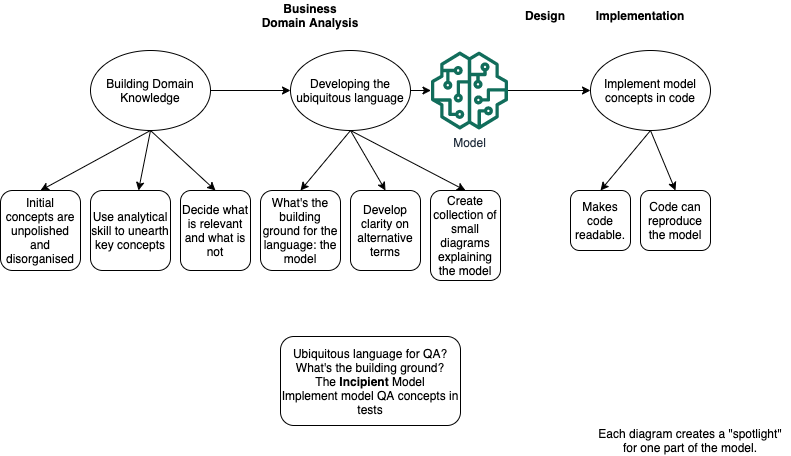
s-gurjit/diagrams keeps this draw.io diagram as domain-driven-design.png. Above is the earlier version. Source tidied: cells renumbered, new cells last; positions are measured from the earlier drawing's top-left corner, leaving out a move shared by most shapes.
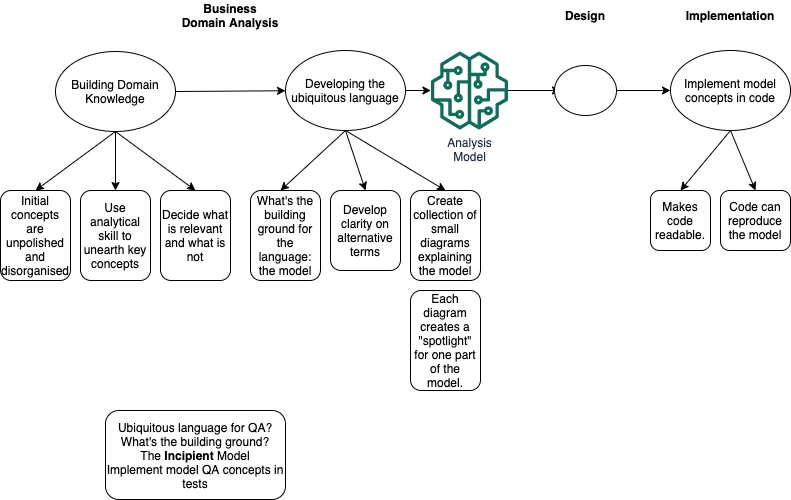
After the change.

Change to the diagram source:
```diff
@@ -9,22 +9,22 @@
       <mxGeometry relative="1" as="geometry" />
     </mxCell>
     <mxCell id="4" value="Building Domain Knowledge" style="ellipse;whiteSpace=wrap;html=1;" parent="1" vertex="1">
-      <mxGeometry x="90" y="50" width="120" height="80" as="geometry" />
+      <mxGeometry x="55" y="51" width="120" height="80" as="geometry" />
     </mxCell>
     <mxCell id="5" value="Initial concepts are unpolished and disorganised" style="rounded=1;whiteSpace=wrap;html=1;" parent="1" vertex="1">
-      <mxGeometry y="190" width="80" height="80" as="geometry" />
+      <mxGeometry y="190" width="70" height="90" as="geometry" />
     </mxCell>
     <mxCell id="6" value="Use analytical skill to unearth key concepts" style="rounded=1;whiteSpace=wrap;html=1;" parent="1" vertex="1">
-      <mxGeometry x="90" y="190" width="80" height="80" as="geometry" />
+      <mxGeometry x="80" y="190" width="70" height="90" as="geometry" />
     </mxCell>
     <mxCell id="7" value="Decide what is relevant and what is not" style="rounded=1;whiteSpace=wrap;html=1;" parent="1" vertex="1">
-      <mxGeometry x="180" y="190" width="70" height="80" as="geometry" />
+      <mxGeometry x="160" y="190" width="70" height="90" as="geometry" />
     </mxCell>
     <mxCell id="8" value="Ubiquitous language for QA?&lt;br&gt;What's the building ground?&lt;br&gt;The &lt;b&gt;Incipient&lt;/b&gt;&amp;nbsp;Model&lt;br&gt;Implement model QA concepts in tests" style="rounded=1;whiteSpace=wrap;html=1;" parent="1" vertex="1">
-      <mxGeometry x="280" y="336" width="180" height="89" as="geometry" />
+      <mxGeometry x="105" y="410" width="180" height="89" as="geometry" />
     </mxCell>
     <mxCell id="9" value="What's the building ground for the language: the model" style="rounded=1;whiteSpace=wrap;html=1;" parent="1" vertex="1">
-      <mxGeometry x="260" y="190" width="80" height="80" as="geometry" />
+      <mxGeometry x="250" y="190" width="70" height="90" as="geometry" />
     </mxCell>
     <mxCell id="10" style="endArrow=classic;html=1;entryX=0.5;entryY=0;entryDx=0;entryDy=0;exitX=0.5;exitY=1;exitDx=0;exitDy=0;" parent="1" edge="1" source="4" target="5">
       <mxGeometry relative="1" as="geometry" />
@@ -32,37 +32,36 @@
     <mxCell id="11" style="rounded=0;jettySize=auto;html=1;entryX=0.5;entryY=0;entryDx=0;entryDy=0;exitX=0.5;exitY=1;exitDx=0;exitDy=0;" parent="1" edge="1" source="4" target="7">
       <mxGeometry relative="1" as="geometry" />
     </mxCell>
-    <mxCell id="12" style="rounded=0;jettySize=auto;html=1;entryX=0.5;entryY=0;entryDx=0;entryDy=0;exitX=0.5;exitY=1;exitDx=0;exitDy=0;" parent="1" edge="1" source="23" target="9">
-      <mxGeometry relative="1" as="geometry" />
+    <mxCell id="12" style="rounded=0;jettySize=auto;html=1;entryX=0.5;entryY=0;entryDx=0;entryDy=0;exitX=0.5;exitY=1;exitDx=0;exitDy=0;" parent="1" edge="1" source="23">
+      <mxGeometry relative="1" as="geometry">
+        <mxPoint x="280" y="190" as="targetPoint" />
+      </mxGeometry>
     </mxCell>
     <mxCell id="13" value="Develop clarity on alternative terms" style="rounded=1;whiteSpace=wrap;html=1;" parent="1" vertex="1">
-      <mxGeometry x="350" y="190" width="70" height="80" as="geometry" />
+      <mxGeometry x="330" y="190" width="70" height="80" as="geometry" />
     </mxCell>
     <mxCell id="14" style="endArrow=classic;html=1;entryX=0.5;entryY=0;entryDx=0;entryDy=0;exitX=0.5;exitY=1;exitDx=0;exitDy=0;" parent="1" edge="1" source="23" target="13">
       <mxGeometry relative="1" as="geometry" />
     </mxCell>
     <mxCell id="15" value="Makes code readable." style="rounded=1;whiteSpace=wrap;html=1;" parent="1" vertex="1">
-      <mxGeometry x="570" y="190" width="60" height="60" as="geometry" />
+      <mxGeometry x="650" y="190" width="60" height="60" as="geometry" />
     </mxCell>
     <mxCell id="16" style="endArrow=classic;html=1;exitX=0.5;exitY=1;exitDx=0;exitDy=0;" parent="1" edge="1" source="25">
       <mxGeometry relative="1" as="geometry">
-        <mxPoint x="600" y="190" as="targetPoint" />
+        <mxPoint x="680" y="190" as="targetPoint" />
       </mxGeometry>
     </mxCell>
     <mxCell id="17" value="Code can reproduce the model" style="rounded=1;whiteSpace=wrap;html=1;" parent="1" vertex="1">
-      <mxGeometry x="640" y="190" width="70" height="60" as="geometry" />
+      <mxGeometry x="720" y="190" width="70" height="60" as="geometry" />
     </mxCell>
     <mxCell id="18" style="endArrow=classic;html=1;exitX=0.5;exitY=1;exitDx=0;exitDy=0;" parent="1" edge="1" source="25">
       <mxGeometry relative="1" as="geometry">
-        <mxPoint x="675" y="190" as="targetPoint" />
+        <mxPoint x="755" y="190" as="targetPoint" />
       </mxGeometry>
     </mxCell>
     <mxCell id="19" value="Create collection of small diagrams explaining the model" style="rounded=1;whiteSpace=wrap;html=1;" parent="1" vertex="1">
-      <mxGeometry x="430" y="190" width="70" height="90" as="geometry" />
+      <mxGeometry x="410" y="190" width="70" height="90" as="geometry" />
     </mxCell>
-    <mxCell id="20" value="Each diagram creates a &quot;spotlight&quot; for one part of the model." style="text;html=1;strokeColor=none;fillColor=none;align=center;verticalAlign=middle;whiteSpace=wrap;rounded=0;" parent="1" vertex="1">
-      <mxGeometry x="590" y="425" width="200" height="30" as="geometry" />
-    </mxCell>
     <mxCell id="21" style="endArrow=classic;html=1;entryX=0.5;entryY=0;entryDx=0;entryDy=0;exitX=0.5;exitY=1;exitDx=0;exitDy=0;" parent="1" edge="1" source="23" target="19">
       <mxGeometry relative="1" as="geometry" />
     </mxCell>
@@ -70,25 +69,36 @@
       <mxGeometry relative="1" as="geometry" />
     </mxCell>
     <mxCell id="23" value="&lt;span&gt;Developing the ubiquitous language&lt;/span&gt;" style="ellipse;whiteSpace=wrap;html=1;" parent="1" vertex="1">
-      <mxGeometry x="290" y="50" width="120" height="80" as="geometry" />
+      <mxGeometry x="285" y="50" width="120" height="80" as="geometry" />
     </mxCell>
     <mxCell id="24" value="Business Domain Analysis" style="text;html=1;strokeColor=none;fillColor=none;align=center;verticalAlign=middle;whiteSpace=wrap;rounded=0;fontStyle=1;" parent="1" vertex="1">
-      <mxGeometry x="260" width="100" height="30" as="geometry" />
+      <mxGeometry x="180" width="100" height="30" as="geometry" />
     </mxCell>
     <mxCell id="25" value="Implement model concepts in code" style="ellipse;whiteSpace=wrap;html=1;" parent="1" vertex="1">
-      <mxGeometry x="590" y="50" width="120" height="80" as="geometry" />
+      <mxGeometry x="670" y="50" width="120" height="80" as="geometry" />
     </mxCell>
     <mxCell id="26" value="Design" style="text;html=1;strokeColor=none;fillColor=none;align=center;verticalAlign=middle;whiteSpace=wrap;rounded=0;fontStyle=1;" parent="1" vertex="1">
-      <mxGeometry x="520" width="50" height="30" as="geometry" />
+      <mxGeometry x="560" width="50" height="30" as="geometry" />
     </mxCell>
     <mxCell id="27" value="Implementation" style="text;html=1;strokeColor=none;fillColor=none;align=center;verticalAlign=middle;whiteSpace=wrap;rounded=0;fontStyle=1;" parent="1" vertex="1">
-      <mxGeometry x="590" width="100" height="30" as="geometry" />
+      <mxGeometry x="680" width="100" height="30" as="geometry" />
     </mxCell>
-    <mxCell id="28" style="edgeStyle=none;rounded=0;jettySize=auto;html=1;" parent="1" edge="1" source="29" target="25">
-      <mxGeometry relative="1" as="geometry" />
+    <mxCell id="28" style="edgeStyle=none;rounded=0;jettySize=auto;html=1;" parent="1" edge="1" source="29">
+      <mxGeometry relative="1" as="geometry">
+        <mxPoint x="560" y="90" as="targetPoint" />
+      </mxGeometry>
     </mxCell>
-    <mxCell id="29" value="Model" style="outlineConnect=0;fontColor=#232F3E;gradientColor=none;fillColor=#116D5B;strokeColor=none;dashed=0;verticalLabelPosition=bottom;verticalAlign=top;align=center;html=1;fontSize=12;fontStyle=0;shape=mxgraph.aws4.sagemaker_model;" parent="1" vertex="1">
+    <mxCell id="29" value="Analysis&lt;br&gt;Model" style="outlineConnect=0;fontColor=#232F3E;gradientColor=none;fillColor=#116D5B;strokeColor=none;dashed=0;verticalLabelPosition=bottom;verticalAlign=top;align=center;html=1;fontSize=12;fontStyle=0;shape=mxgraph.aws4.sagemaker_model;" parent="1" vertex="1">
       <mxGeometry x="430" y="51" width="78" height="78" as="geometry" />
     </mxCell>
+    <mxCell id="20" value="Each diagram creates a &quot;spotlight&quot; for one part of the model." style="rounded=1;whiteSpace=wrap;html=1;" parent="1" vertex="1">
+      <mxGeometry x="410" y="290" width="70" height="100" as="geometry" />
+    </mxCell>
+    <mxCell id="30" style="edgeStyle=none;rounded=0;jettySize=auto;html=1;" parent="1" edge="1" source="31" target="25">
+      <mxGeometry relative="1" as="geometry" />
+    </mxCell>
+    <mxCell id="31" style="ellipse;whiteSpace=wrap;html=1;" parent="1" vertex="1">
+      <mxGeometry x="554" y="65" width="62" height="50" as="geometry" />
+    </mxCell>
   </root>
 </mxGraphModel>
```
